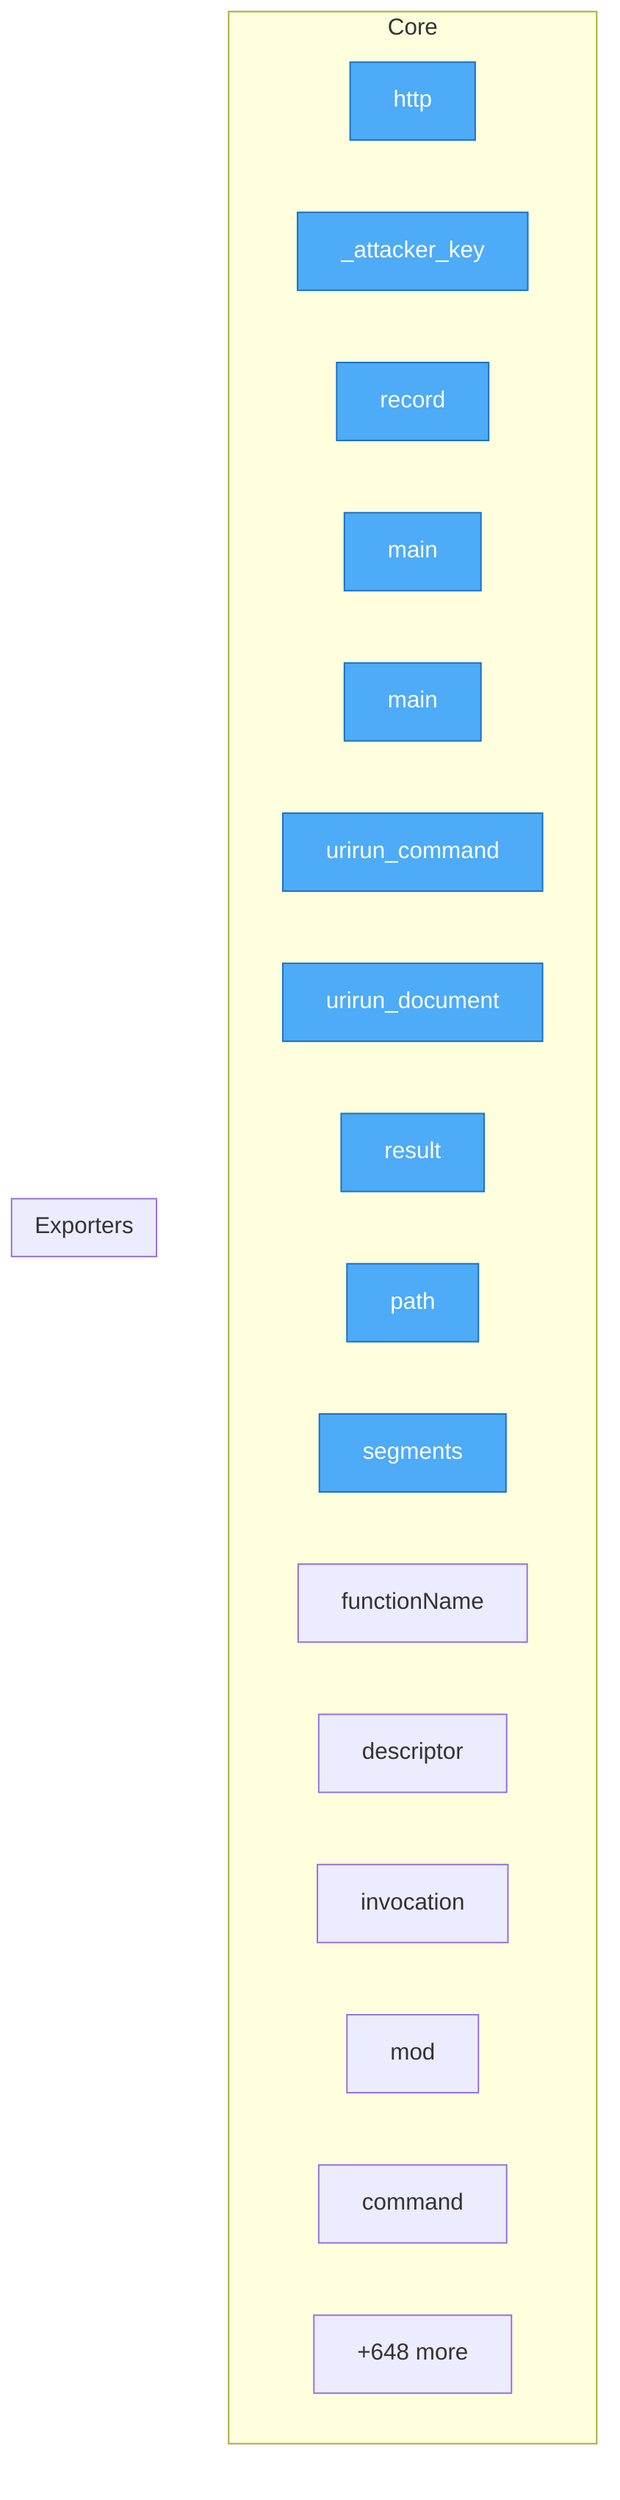
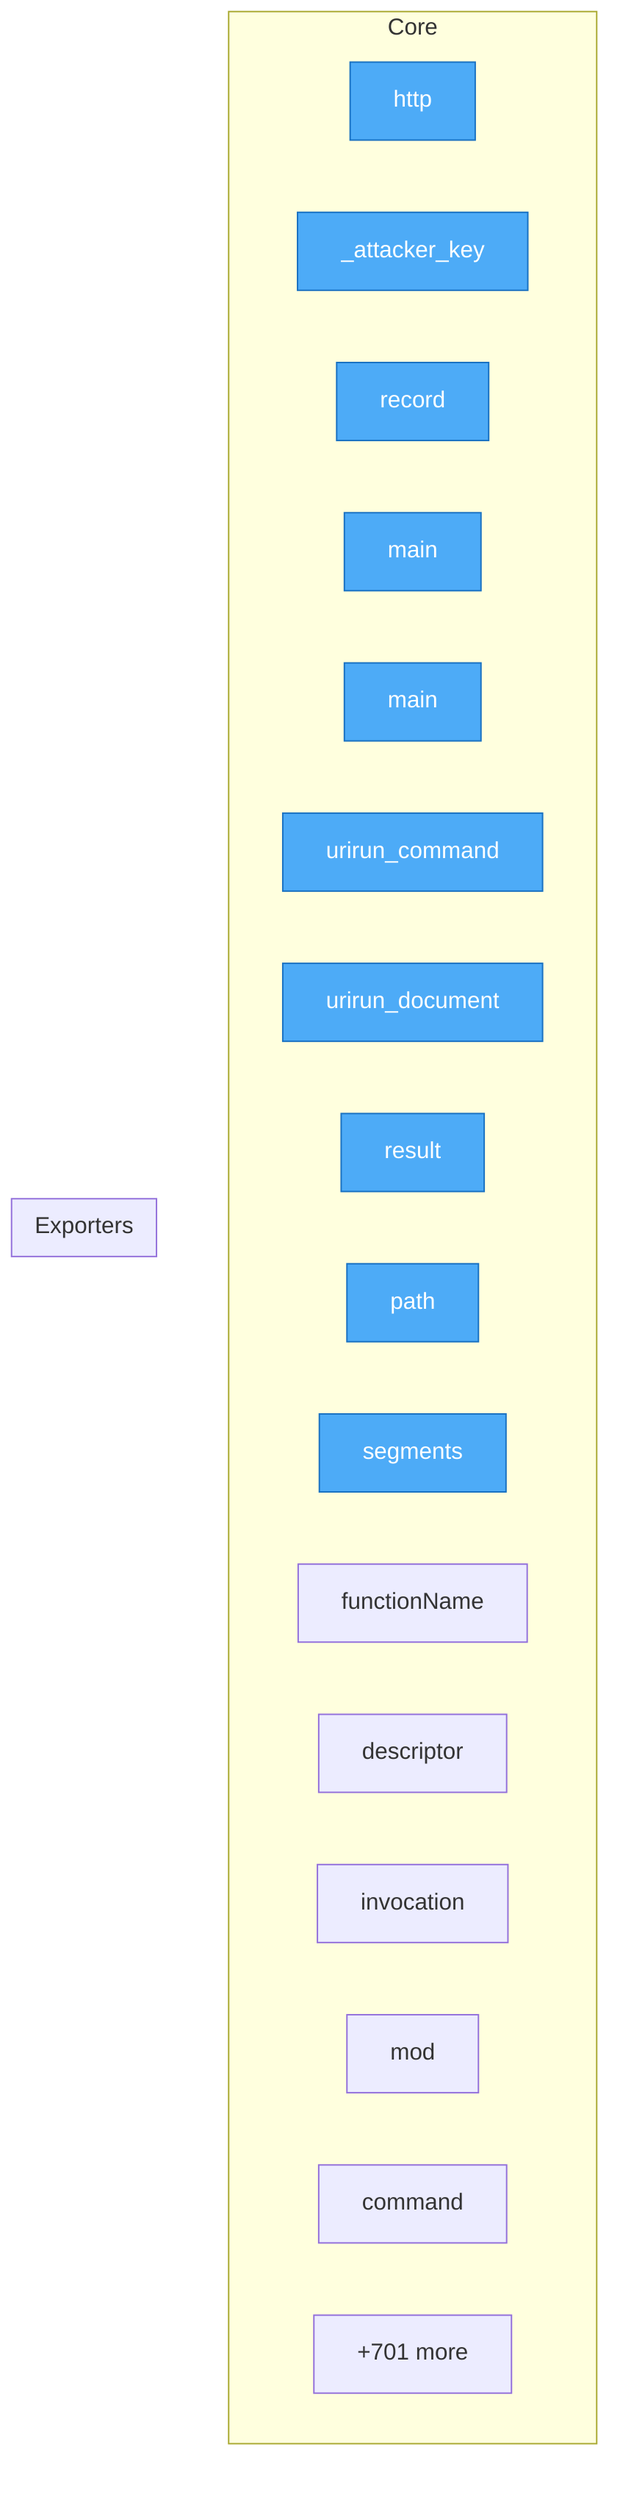
flowchart TD
%% generated in 0.04s

    %% Entry points (blue)
    classDef entry fill:#4dabf7,stroke:#1971c2,color:#fff

    subgraph Core
        security__mesh_probe__probe__http["http"]
        security__mesh_probe__probe___attacker_key["_attacker_key"]
        security__mesh_probe__probe__record["record"]
        adapters__conformance__main["main"]
        adapters__new_connector__main["main"]
        adapters__bash__urirun__urirun_command["urirun_command"]
        adapters__bash__urirun__urirun_document["urirun_document"]
        adapters__js__index__test__result["result"]
        adapters__js__path["path"]
        adapters__js__segments["segments"]
        adapters__js__functionName["functionName"]
        adapters__js__descriptor["descriptor"]
        adapters__js__invocation["invocation"]
        adapters__js__mod["mod"]
        adapters__java__Urirun__Urirun__command["command"]
-         ...["+648 more"]
+         ...["+701 more"]
    end

    subgraph Exporters
    end

    class security__mesh_probe__probe__http,security__mesh_probe__probe___attacker_key,security__mesh_probe__probe__record,adapters__conformance__main,adapters__new_connector__main,adapters__bash__urirun__urirun_command,adapters__bash__urirun__urirun_document,adapters__js__index__test__result,adapters__js__path,adapters__js__segments entry
